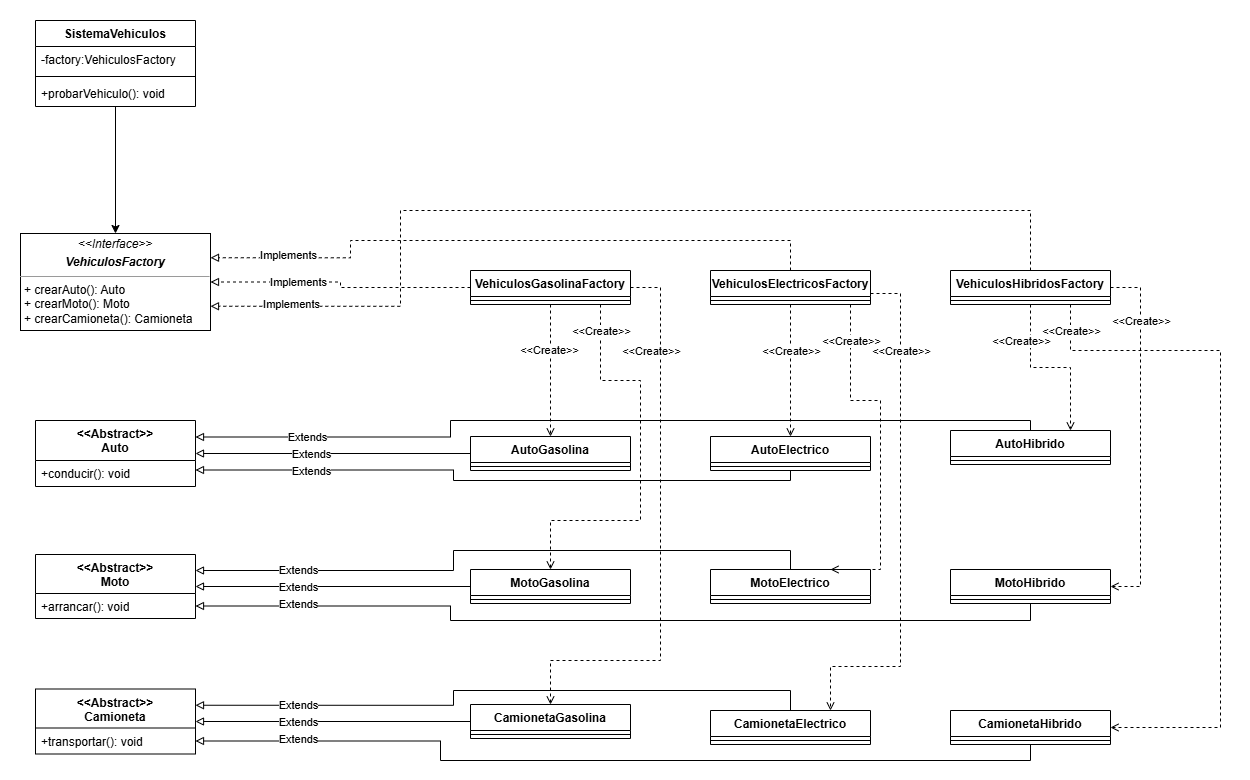
Above: 01-Creacionales/Abstract-Factory/Ejercicio04-SistemaVehiculos/Diagramas/DiagramaClases.png in RaulFBS/Patrones-de-Diseno-Java (draw.io), before the change. Source tidied: cells renumbered, new cells last; positions are measured from the earlier drawing's top-left corner, leaving out a move shared by most shapes.
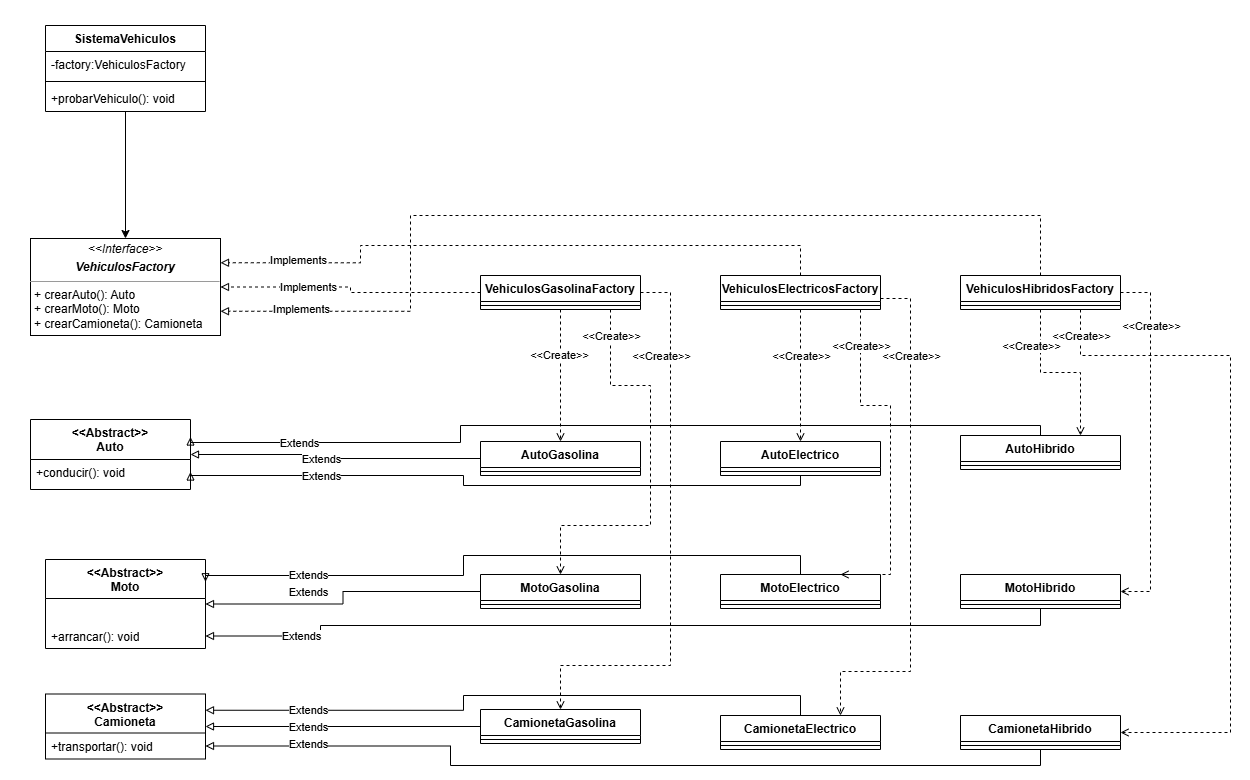
Later version of the same file.

Commit message:
Ejercicio04 AbstractFactory: Diagrama de clases completo

What changed in the source:
```diff
@@ -3,7 +3,7 @@
     <mxCell id="0" />
     <mxCell id="1" parent="0" />
     <mxCell id="2" style="group;fillColor=default;" parent="1" vertex="1">
-      <mxGeometry width="1250" height="780" as="geometry" />
+      <mxGeometry x="-10" y="-5" width="1250" height="780" as="geometry" />
     </mxCell>
     <mxCell id="3" value="VehiculosElectricosFactory" style="swimlane;fontStyle=1;align=center;verticalAlign=top;horizontal=1;startSize=26;whiteSpace=wrap;html=1;" parent="1" vertex="1">
       <mxGeometry x="710" y="270" width="160" height="34" as="geometry" />
@@ -23,17 +23,20 @@
     <mxCell id="8" style="line;strokeWidth=1;fillColor=none;align=left;verticalAlign=middle;spacingTop=-1;spacingLeft=3;spacingRight=3;labelPosition=right;strokeColor=inherit;" parent="7" vertex="1">
       <mxGeometry y="26" width="160" height="8" as="geometry" />
     </mxCell>
-    <mxCell id="9" value="&amp;lt;&amp;lt;Abstract&amp;gt;&amp;gt;&lt;br&gt;Auto" style="swimlane;fontStyle=1;align=center;verticalAlign=top;horizontal=1;startSize=40;whiteSpace=wrap;html=1;" parent="1" vertex="1">
-      <mxGeometry x="35" y="420" width="160" height="66" as="geometry" />
+    <mxCell id="9" value="&amp;lt;&amp;lt;Abstract&amp;gt;&amp;gt;&lt;br&gt;Auto" style="swimlane;fontStyle=1;align=center;verticalAlign=top;horizontal=1;startSize=40;whiteSpace=wrap;html=1;shadow=0;" parent="1" vertex="1">
+      <mxGeometry x="20" y="414" width="160" height="70" as="geometry" />
     </mxCell>
     <mxCell id="10" value="+conducir(): void" style="text;strokeColor=none;fillColor=none;align=left;verticalAlign=top;spacingLeft=4;spacingRight=4;overflow=hidden;whiteSpace=wrap;html=1;" parent="9" vertex="1">
-      <mxGeometry y="40" width="160" height="26" as="geometry" />
+      <mxGeometry y="40" width="160" height="30" as="geometry" />
     </mxCell>
     <mxCell id="11" value="&amp;lt;&amp;lt;Abstract&amp;gt;&amp;gt;&lt;br&gt;Moto" style="swimlane;fontStyle=1;align=center;verticalAlign=top;horizontal=1;startSize=39;whiteSpace=wrap;html=1;" parent="1" vertex="1">
-      <mxGeometry x="35" y="554" width="160" height="64" as="geometry" />
+      <mxGeometry x="35" y="554" width="160" height="89" as="geometry" />
     </mxCell>
+    <mxCell id="81" style="text;strokeColor=none;fillColor=none;align=left;verticalAlign=top;spacingLeft=4;spacingRight=4;overflow=hidden;whiteSpace=wrap;html=1;" parent="11" vertex="1">
+      <mxGeometry y="39" width="160" height="25" as="geometry" />
+    </mxCell>
     <mxCell id="12" value="+arrancar(): void" style="text;strokeColor=none;fillColor=none;align=left;verticalAlign=top;spacingLeft=4;spacingRight=4;overflow=hidden;points=[[0,0.5],[1,0.5]];portConstraint=eastwest;whiteSpace=wrap;html=1;" parent="11" vertex="1">
-      <mxGeometry y="39" width="160" height="25" as="geometry" />
+      <mxGeometry y="64" width="160" height="25" as="geometry" />
     </mxCell>
     <mxCell id="13" value="&amp;lt;&amp;lt;Abstract&amp;gt;&amp;gt;&lt;br&gt;Camioneta" style="swimlane;fontStyle=1;align=center;verticalAlign=top;horizontal=1;startSize=39;whiteSpace=wrap;html=1;" parent="1" vertex="1">
       <mxGeometry x="35" y="688.5" width="160" height="65" as="geometry" />
@@ -138,12 +141,12 @@
         </Array>
       </mxGeometry>
     </mxCell>
-    <mxCell id="37" style="edgeStyle=orthogonalEdgeStyle;rounded=0;jettySize=auto;html=1;entryX=1;entryY=0.5;entryDx=0;entryDy=0;endArrow=block;endFill=0;" parent="1" edge="1" source="38" target="12">
+    <mxCell id="37" style="edgeStyle=orthogonalEdgeStyle;rounded=0;jettySize=auto;html=1;endArrow=block;endFill=0;entryX=1;entryY=0.5;entryDx=0;entryDy=0;" parent="1" edge="1" source="38" target="12">
       <mxGeometry relative="1" as="geometry">
         <Array as="points">
           <mxPoint x="1030" y="620" />
-          <mxPoint x="450" y="620" />
-          <mxPoint x="450" y="606" />
+          <mxPoint x="310" y="620" />
+          <mxPoint x="310" y="631" />
         </Array>
       </mxGeometry>
     </mxCell>
@@ -289,7 +292,7 @@
       <mxGeometry x="297.3" y="586" as="geometry" />
     </mxCell>
     <mxCell id="69" value="Extends" style="edgeLabel;html=1;align=center;verticalAlign=middle;" parent="1" vertex="1">
-      <mxGeometry x="297.3" y="603" as="geometry" />
+      <mxGeometry x="290" y="630" as="geometry" />
     </mxCell>
     <mxCell id="70" value="Extends" style="edgeLabel;html=1;align=center;verticalAlign=middle;" parent="1" vertex="1">
       <mxGeometry x="297.3" y="704" as="geometry" />
```
